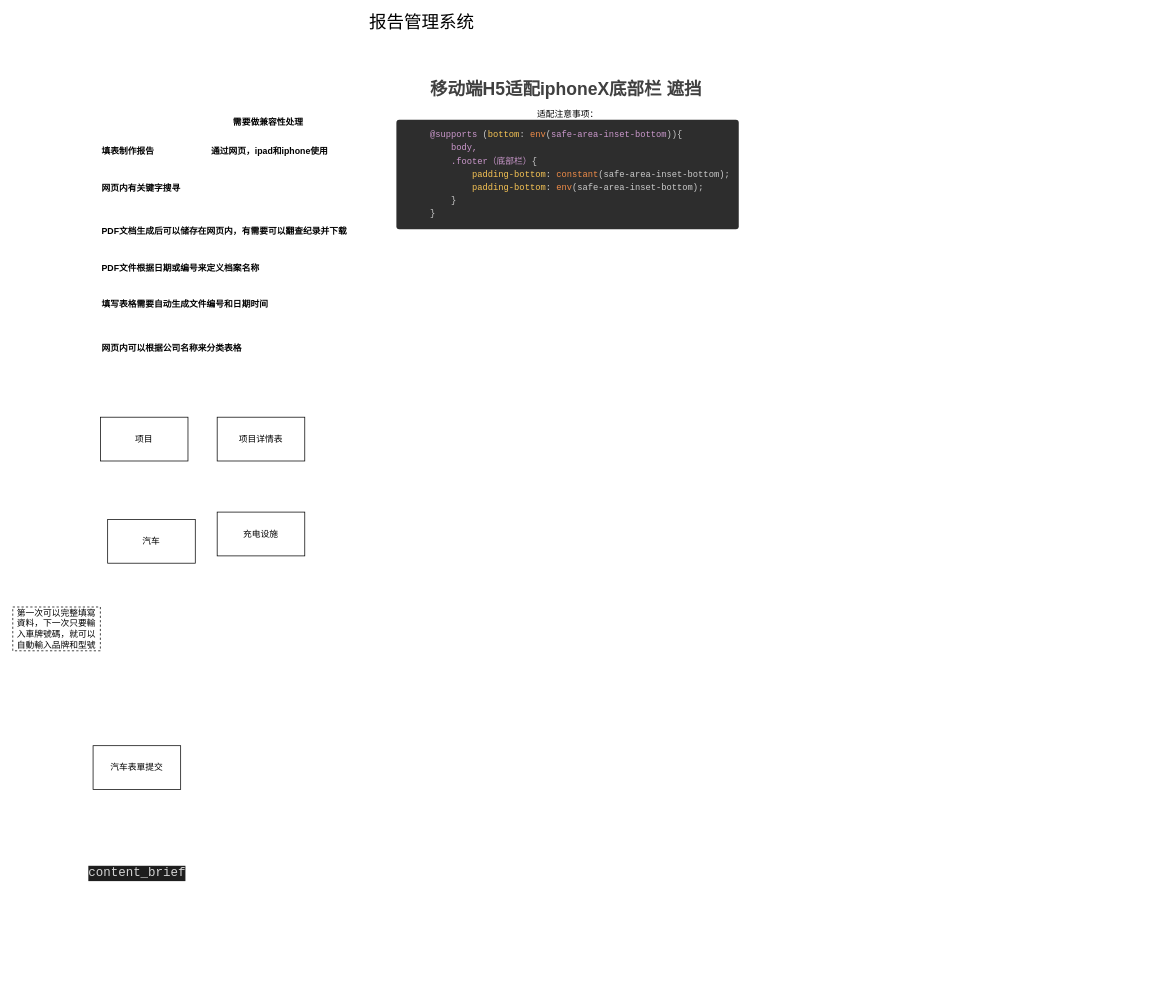
Before: 需求/表单转PDF.drawio in hulutech-web/transformation, a draw.io diagram. Source tidied: cells renumbered, new cells numbered last; positions are measured from the earlier drawing's top-left corner, leaving out a move shared by most shapes. Both pictures are drawn from the tidied source at 73%, with x=0, y=0 at pixel (12, 15).
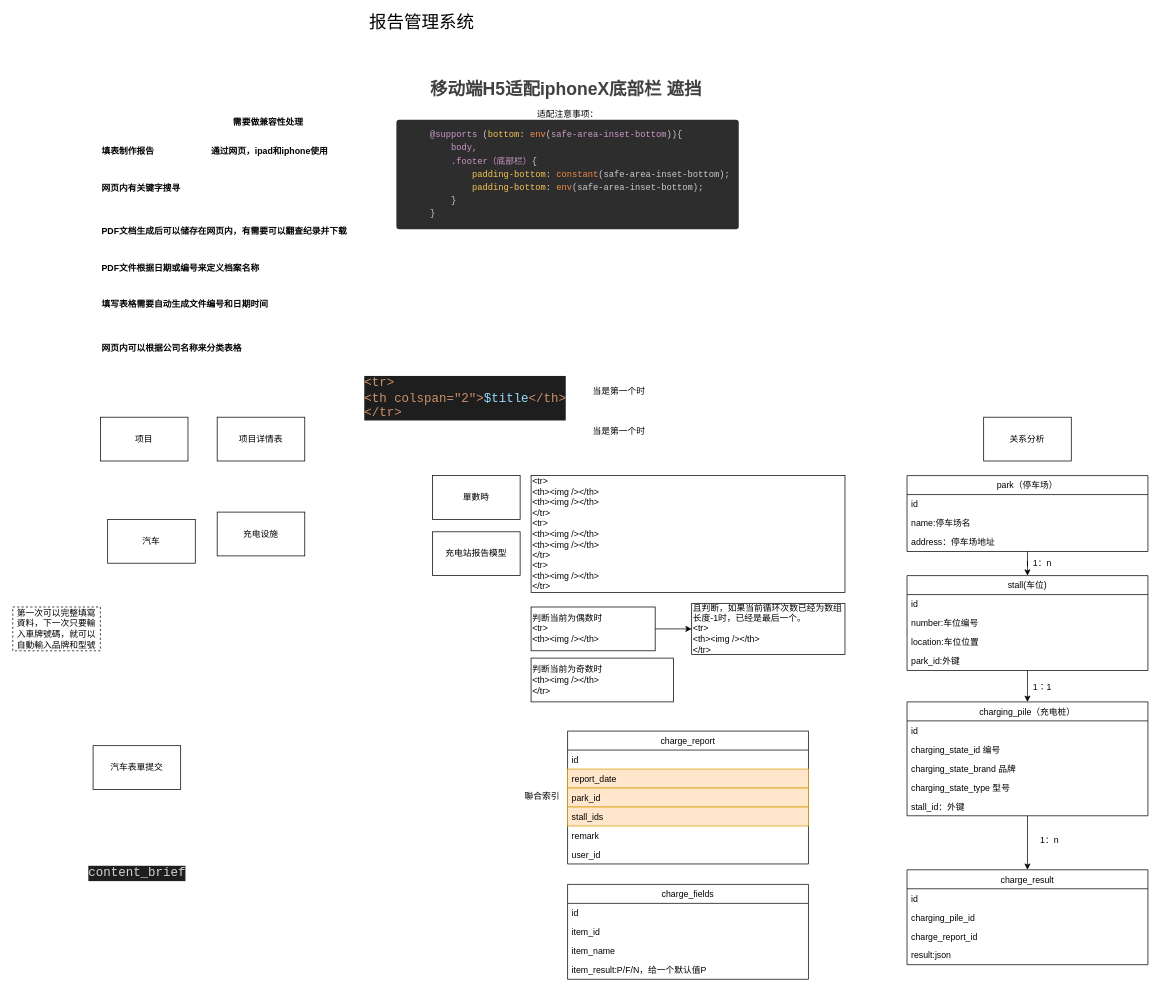
Above is the later version.

What changed in the source:
```diff
@@
+    <mxCell id="20" value="充电站报告模型" style="rounded=0;whiteSpace=wrap;html=1;strokeWidth=1;" parent="1" vertex="1">
+      <mxGeometry x="575" y="707" width="120" height="60" as="geometry" />
+    </mxCell>
+    <mxCell id="21" value="&lt;pre style=&quot;background-color: #1e1e1e ; color: #d4d4d4 ; font-family: &amp;quot;fira code&amp;quot; , monospace ; font-size: 12.8pt&quot;&gt;&lt;span style=&quot;color: #cd9069&quot;&gt;&amp;lt;tr&amp;gt;&lt;br&gt;&lt;/span&gt;&lt;span style=&quot;color: #cd9069&quot;&gt;&amp;lt;th colspan=&quot;2&quot;&amp;gt;&lt;/span&gt;&lt;span style=&quot;color: #94dbfd&quot;&gt;$title&lt;/span&gt;&lt;span style=&quot;color: #cd9069&quot;&gt;&amp;lt;/th&amp;gt;&lt;br&gt;&lt;/span&gt;&lt;span style=&quot;color: #cd9069&quot;&gt;&amp;lt;/tr&amp;gt;&lt;/span&gt;&lt;/pre&gt;" style="text;whiteSpace=wrap;html=1;" parent="1" vertex="1">
+      <mxGeometry x="480" y="470" width="310" height="90" as="geometry" />
+    </mxCell>
+    <mxCell id="22" value="單數時" style="whiteSpace=wrap;html=1;" parent="1" vertex="1">
+      <mxGeometry x="575" y="630" width="120" height="60" as="geometry" />
+    </mxCell>
+    <mxCell id="23" value="当是第一个时" style="text;html=1;align=center;verticalAlign=middle;strokeColor=none;" parent="1" vertex="1">
+      <mxGeometry x="785" y="505" width="90" height="20" as="geometry" />
+    </mxCell>
+    <mxCell id="24" value="当是第一个时" style="text;html=1;align=center;verticalAlign=middle;strokeColor=none;" parent="1" vertex="1">
+      <mxGeometry x="785" y="560" width="90" height="20" as="geometry" />
+    </mxCell>
+    <mxCell id="25" value="&amp;lt;tr&amp;gt;&lt;br&gt;&amp;lt;th&amp;gt;&amp;lt;img /&amp;gt;&amp;lt;/th&amp;gt;&lt;br&gt;&amp;lt;th&amp;gt;&amp;lt;img /&amp;gt;&amp;lt;/th&amp;gt;&lt;br&gt;&amp;lt;/tr&amp;gt;&lt;br&gt;&amp;lt;tr&amp;gt;&lt;br&gt;&amp;lt;th&amp;gt;&amp;lt;img /&amp;gt;&amp;lt;/th&amp;gt;&lt;br&gt;&amp;lt;th&amp;gt;&amp;lt;img /&amp;gt;&amp;lt;/th&amp;gt;&lt;br&gt;&amp;lt;/tr&amp;gt;&lt;br&gt;&lt;span style=&quot;text-align: center&quot;&gt;&amp;lt;tr&amp;gt;&lt;/span&gt;&lt;br style=&quot;text-align: center&quot;&gt;&lt;span style=&quot;text-align: center&quot;&gt;&amp;lt;th&amp;gt;&amp;lt;img /&amp;gt;&amp;lt;/th&amp;gt;&lt;/span&gt;&lt;br style=&quot;text-align: center&quot;&gt;&lt;span style=&quot;text-align: center&quot;&gt;&amp;lt;/tr&amp;gt;&lt;/span&gt;" style="whiteSpace=wrap;html=1;align=left;" parent="1" vertex="1">
+      <mxGeometry x="710" y="630" width="430" height="160" as="geometry" />
+    </mxCell>
+    <mxCell id="26" style="edgeStyle=orthogonalEdgeStyle;rounded=0;jettySize=auto;html=1;entryX=0;entryY=0.5;entryDx=0;entryDy=0;" parent="1" edge="1" source="27" target="29">
+      <mxGeometry relative="1" as="geometry" />
+    </mxCell>
+    <mxCell id="27" value="判断当前为偶数时&lt;br&gt;&amp;lt;tr&amp;gt;&lt;br&gt;&amp;lt;th&amp;gt;&amp;lt;img /&amp;gt;&amp;lt;/th&amp;gt;" style="whiteSpace=wrap;html=1;align=left;" parent="1" vertex="1">
+      <mxGeometry x="710" y="810" width="170" height="60" as="geometry" />
+    </mxCell>
+    <mxCell id="28" value="判断当前为奇数时&lt;br&gt;&amp;lt;th&amp;gt;&amp;lt;img /&amp;gt;&amp;lt;/th&amp;gt;&lt;br&gt;&amp;lt;/tr&amp;gt;" style="whiteSpace=wrap;html=1;align=left;" parent="1" vertex="1">
+      <mxGeometry x="710" y="880" width="195" height="60" as="geometry" />
+    </mxCell>
+    <mxCell id="29" value="且判断，如果当前循环次数已经为数组长度-1时，已经是最后一个。&lt;br&gt;&amp;lt;tr&amp;gt;&lt;br&gt;&amp;lt;th&amp;gt;&amp;lt;img /&amp;gt;&amp;lt;/th&amp;gt;&lt;br&gt;&amp;lt;/tr&amp;gt;" style="whiteSpace=wrap;html=1;align=left;" parent="1" vertex="1">
+      <mxGeometry x="930" y="805" width="210" height="70" as="geometry" />
+    </mxCell>
+    <mxCell id="30" style="edgeStyle=orthogonalEdgeStyle;rounded=0;jettySize=auto;html=1;" parent="1" edge="1" source="31" target="63">
+      <mxGeometry relative="1" as="geometry" />
+    </mxCell>
+    <mxCell id="31" value="charging_pile（充电桩）" style="swimlane;fontStyle=0;horizontal=1;startSize=26;" parent="1" vertex="1">
+      <mxGeometry x="1225" y="940" width="330" height="156" as="geometry" />
+    </mxCell>
+    <mxCell id="32" value="id" style="text;strokeColor=none;fillColor=none;align=left;verticalAlign=top;spacingLeft=4;spacingRight=4;overflow=hidden;" parent="31" vertex="1">
+      <mxGeometry y="26" width="330" height="26" as="geometry" />
+    </mxCell>
+    <mxCell id="33" value="charging_state_id 编号" style="text;strokeColor=none;fillColor=none;align=left;verticalAlign=top;spacingLeft=4;spacingRight=4;overflow=hidden;" parent="31" vertex="1">
+      <mxGeometry y="52" width="330" height="26" as="geometry" />
+    </mxCell>
+    <mxCell id="34" value="charging_state_brand 品牌" style="text;strokeColor=none;fillColor=none;align=left;verticalAlign=top;spacingLeft=4;spacingRight=4;overflow=hidden;" parent="31" vertex="1">
+      <mxGeometry y="78" width="330" height="26" as="geometry" />
+    </mxCell>
+    <mxCell id="35" value="charging_state_type 型号" style="text;strokeColor=none;fillColor=none;align=left;verticalAlign=top;spacingLeft=4;spacingRight=4;overflow=hidden;" parent="31" vertex="1">
+      <mxGeometry y="104" width="330" height="26" as="geometry" />
+    </mxCell>
+    <mxCell id="36" value="stall_id：外键" style="text;strokeColor=none;fillColor=none;align=left;verticalAlign=top;spacingLeft=4;spacingRight=4;overflow=hidden;" parent="31" vertex="1">
+      <mxGeometry y="130" width="330" height="26" as="geometry" />
+    </mxCell>
+    <mxCell id="37" value="charge_report" style="swimlane;fontStyle=0;horizontal=1;startSize=26;" parent="1" vertex="1">
+      <mxGeometry x="760" y="980" width="330" height="182" as="geometry" />
+    </mxCell>
+    <mxCell id="38" value="id" style="text;strokeColor=none;fillColor=none;align=left;verticalAlign=top;spacingLeft=4;spacingRight=4;overflow=hidden;" parent="37" vertex="1">
+      <mxGeometry y="26" width="330" height="26" as="geometry" />
+    </mxCell>
+    <mxCell id="39" value="report_date" style="text;strokeColor=#d79b00;fillColor=#ffe6cc;align=left;verticalAlign=top;spacingLeft=4;spacingRight=4;overflow=hidden;" parent="37" vertex="1">
+      <mxGeometry y="52" width="330" height="26" as="geometry" />
+    </mxCell>
+    <mxCell id="40" value="park_id" style="text;strokeColor=#d79b00;fillColor=#ffe6cc;align=left;verticalAlign=top;spacingLeft=4;spacingRight=4;overflow=hidden;" parent="37" vertex="1">
+      <mxGeometry y="78" width="330" height="26" as="geometry" />
+    </mxCell>
+    <mxCell id="41" value="stall_ids" style="text;strokeColor=#d79b00;fillColor=#ffe6cc;align=left;verticalAlign=top;spacingLeft=4;spacingRight=4;overflow=hidden;" parent="37" vertex="1">
+      <mxGeometry y="104" width="330" height="26" as="geometry" />
+    </mxCell>
+    <mxCell id="42" value="remark" style="text;strokeColor=none;fillColor=none;align=left;verticalAlign=top;spacingLeft=4;spacingRight=4;overflow=hidden;" parent="37" vertex="1">
+      <mxGeometry y="130" width="330" height="26" as="geometry" />
+    </mxCell>
+    <mxCell id="43" value="user_id" style="text;strokeColor=none;fillColor=none;align=left;verticalAlign=top;spacingLeft=4;spacingRight=4;overflow=hidden;" parent="37" vertex="1">
+      <mxGeometry y="156" width="330" height="26" as="geometry" />
+    </mxCell>
+    <mxCell id="44" value="charge_fields" style="swimlane;fontStyle=0;horizontal=1;startSize=26;" parent="1" vertex="1">
+      <mxGeometry x="760" y="1190" width="330" height="130" as="geometry" />
+    </mxCell>
+    <mxCell id="45" value="id" style="text;strokeColor=none;fillColor=none;align=left;verticalAlign=top;spacingLeft=4;spacingRight=4;overflow=hidden;" parent="44" vertex="1">
+      <mxGeometry y="26" width="330" height="26" as="geometry" />
+    </mxCell>
+    <mxCell id="46" value="item_id" style="text;strokeColor=none;fillColor=none;align=left;verticalAlign=top;spacingLeft=4;spacingRight=4;overflow=hidden;" parent="44" vertex="1">
+      <mxGeometry y="52" width="330" height="26" as="geometry" />
+    </mxCell>
+    <mxCell id="47" value="item_name" style="text;strokeColor=none;fillColor=none;align=left;verticalAlign=top;spacingLeft=4;spacingRight=4;overflow=hidden;" parent="44" vertex="1">
+      <mxGeometry y="78" width="330" height="26" as="geometry" />
+    </mxCell>
+    <mxCell id="48" value="item_result:P/F/N，给一个默认值P" style="text;strokeColor=none;fillColor=none;align=left;verticalAlign=top;spacingLeft=4;spacingRight=4;overflow=hidden;" parent="44" vertex="1">
+      <mxGeometry y="104" width="330" height="26" as="geometry" />
+    </mxCell>
+    <mxCell id="49" style="edgeStyle=orthogonalEdgeStyle;rounded=0;jettySize=auto;html=1;entryX=0.5;entryY=0;entryDx=0;entryDy=0;" parent="1" edge="1" source="50" target="56">
+      <mxGeometry relative="1" as="geometry" />
+    </mxCell>
+    <mxCell id="50" value="park（停车场）" style="swimlane;fontStyle=0;horizontal=1;startSize=26;" parent="1" vertex="1">
+      <mxGeometry x="1225" y="630" width="330" height="104" as="geometry" />
+    </mxCell>
+    <mxCell id="51" value="id" style="text;strokeColor=none;fillColor=none;align=left;verticalAlign=top;spacingLeft=4;spacingRight=4;overflow=hidden;" parent="50" vertex="1">
+      <mxGeometry y="26" width="330" height="26" as="geometry" />
+    </mxCell>
+    <mxCell id="52" value="name:停车场名" style="text;strokeColor=none;fillColor=none;align=left;verticalAlign=top;spacingLeft=4;spacingRight=4;overflow=hidden;" parent="50" vertex="1">
+      <mxGeometry y="52" width="330" height="26" as="geometry" />
+    </mxCell>
+    <mxCell id="53" value="address：停车场地址" style="text;strokeColor=none;fillColor=none;align=left;verticalAlign=top;spacingLeft=4;spacingRight=4;overflow=hidden;" parent="50" vertex="1">
+      <mxGeometry y="78" width="330" height="26" as="geometry" />
+    </mxCell>
+    <mxCell id="54" value="关系分析" style="whiteSpace=wrap;html=1;" parent="1" vertex="1">
+      <mxGeometry x="1330" y="550" width="120" height="60" as="geometry" />
+    </mxCell>
+    <mxCell id="55" style="edgeStyle=orthogonalEdgeStyle;rounded=0;jettySize=auto;html=1;" parent="1" edge="1" source="56" target="31">
+      <mxGeometry relative="1" as="geometry" />
+    </mxCell>
+    <mxCell id="56" value="stall(车位)" style="swimlane;fontStyle=0;horizontal=1;startSize=26;" parent="1" vertex="1">
+      <mxGeometry x="1225" y="767" width="330" height="130" as="geometry" />
+    </mxCell>
+    <mxCell id="57" value="id" style="text;strokeColor=none;fillColor=none;align=left;verticalAlign=top;spacingLeft=4;spacingRight=4;overflow=hidden;" parent="56" vertex="1">
+      <mxGeometry y="26" width="330" height="26" as="geometry" />
+    </mxCell>
+    <mxCell id="58" value="number:车位编号" style="text;strokeColor=none;fillColor=none;align=left;verticalAlign=top;spacingLeft=4;spacingRight=4;overflow=hidden;" parent="56" vertex="1">
+      <mxGeometry y="52" width="330" height="26" as="geometry" />
+    </mxCell>
+    <mxCell id="59" value="location:车位位置" style="text;strokeColor=none;fillColor=none;align=left;verticalAlign=top;spacingLeft=4;spacingRight=4;overflow=hidden;" parent="56" vertex="1">
+      <mxGeometry y="78" width="330" height="26" as="geometry" />
+    </mxCell>
+    <mxCell id="60" value="park_id:外键" style="text;strokeColor=none;fillColor=none;align=left;verticalAlign=top;spacingLeft=4;spacingRight=4;overflow=hidden;" parent="56" vertex="1">
+      <mxGeometry y="104" width="330" height="26" as="geometry" />
+    </mxCell>
+    <mxCell id="61" value="1：n" style="text;html=1;align=center;verticalAlign=middle;strokeColor=none;" parent="1" vertex="1">
+      <mxGeometry x="1390" y="740" width="40" height="20" as="geometry" />
+    </mxCell>
+    <mxCell id="62" value="1：1" style="text;html=1;align=center;verticalAlign=middle;strokeColor=none;" parent="1" vertex="1">
+      <mxGeometry x="1390" y="910" width="40" height="20" as="geometry" />
+    </mxCell>
+    <mxCell id="63" value="charge_result" style="swimlane;fontStyle=0;horizontal=1;startSize=26;" parent="1" vertex="1">
+      <mxGeometry x="1225" y="1170" width="330" height="130" as="geometry" />
+    </mxCell>
+    <mxCell id="64" value="id" style="text;strokeColor=none;fillColor=none;align=left;verticalAlign=top;spacingLeft=4;spacingRight=4;overflow=hidden;" parent="63" vertex="1">
+      <mxGeometry y="26" width="330" height="26" as="geometry" />
+    </mxCell>
+    <mxCell id="65" value="charging_pile_id" style="text;strokeColor=none;fillColor=none;align=left;verticalAlign=top;spacingLeft=4;spacingRight=4;overflow=hidden;" parent="63" vertex="1">
+      <mxGeometry y="52" width="330" height="26" as="geometry" />
+    </mxCell>
+    <mxCell id="66" value="charge_report_id" style="text;strokeColor=none;fillColor=none;align=left;verticalAlign=top;spacingLeft=4;spacingRight=4;overflow=hidden;" parent="63" vertex="1">
+      <mxGeometry y="78" width="330" height="26" as="geometry" />
+    </mxCell>
+    <mxCell id="67" value="result:json" style="text;strokeColor=none;fillColor=none;align=left;verticalAlign=top;spacingLeft=4;spacingRight=4;overflow=hidden;" parent="63" vertex="1">
+      <mxGeometry y="104" width="330" height="26" as="geometry" />
+    </mxCell>
+    <mxCell id="68" value="1：n" style="text;html=1;align=center;verticalAlign=middle;strokeColor=none;" parent="1" vertex="1">
+      <mxGeometry x="1400" y="1120" width="40" height="20" as="geometry" />
+    </mxCell>
+    <mxCell id="69" value="聯合索引" style="text;html=1;align=center;verticalAlign=middle;strokeColor=none;" parent="1" vertex="1">
+      <mxGeometry x="695" y="1060" width="60" height="20" as="geometry" />
+    </mxCell>
```
